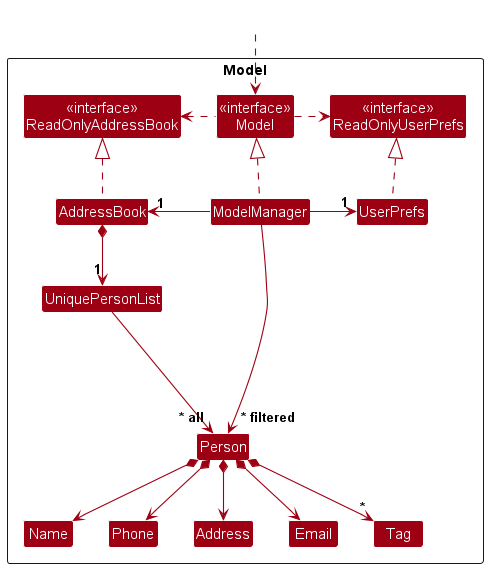
Above: docs/images/ModelClassDiagram.png in szelingtan/tp (PlantUML), before the change. Its source is kept beside it as docs/diagrams/ModelClassDiagram.puml. Source of this version:
```plantuml
@startuml
!include style.puml
skinparam arrowThickness 1.1
skinparam arrowColor MODEL_COLOR
skinparam classBackgroundColor MODEL_COLOR

Package Model as ModelPackage <<Rectangle>>{
Class "<<interface>>\nReadOnlyAddressBook" as ReadOnlyAddressBook
Class "<<interface>>\nReadOnlyUserPrefs" as ReadOnlyUserPrefs
Class "<<interface>>\nModel" as Model
Class AddressBook
Class ModelManager
Class UserPrefs

Class UniquePatientList
Class Patient
Class Address
Class Email
Class Name
Class Phone
Class Tag

Class I #FFFFFF
}

Class HiddenOutside #FFFFFF
HiddenOutside ..> Model

AddressBook .up.|> ReadOnlyAddressBook

ModelManager .up.|> Model
Model .right.> ReadOnlyUserPrefs
Model .left.> ReadOnlyAddressBook
ModelManager -left-> "1" AddressBook
ModelManager -right-> "1" UserPrefs
UserPrefs .up.|> ReadOnlyUserPrefs

AddressBook *-> "1" UniquePatientList
UniquePatientList --> "~* all" Patient
Patient *-> Name
Patient *--> Phone
Patient *--> Email
Patient *--> Address
Patient *-> LastVisit
Patient *--> "*" Tag
Patient *--> "*" Medicine

Patient -[hidden]up--> I
UniquePatientList -[hidden]right-> I

Name -[hidden]right-> Phone
Phone -[hidden]right-> Address
Address -[hidden]right-> Email

ModelManager --> "~* filtered" Patient
@enduml
```
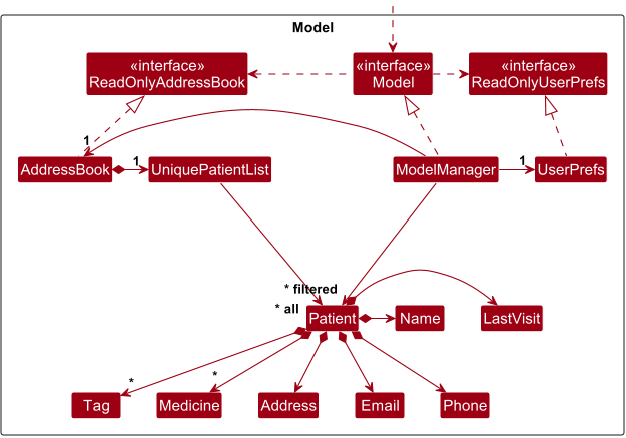
Above is the later version.

Change to the diagram source:
```diff
@@ -18,6 +18,8 @@
 Class Email
 Class Name
 Class Phone
+Class Medicine
+Class LastVisit
 Class Tag
 
 Class I #FFFFFF
```
